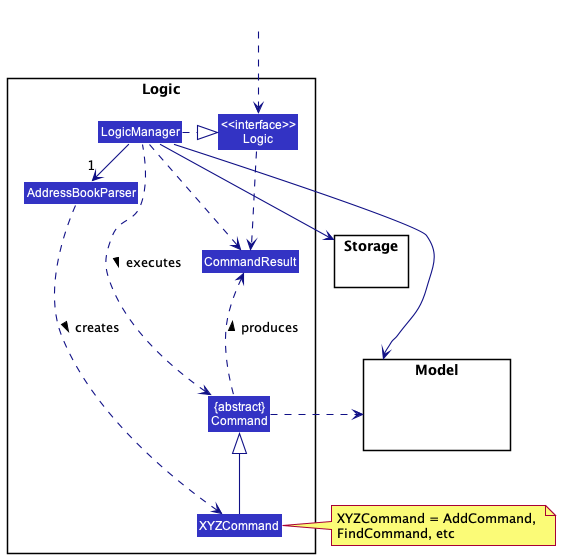
nus-cs2103-AY2223S2/tp keeps this PlantUML diagram as docs/images/LogicClassDiagram.png. Above is the earlier version.
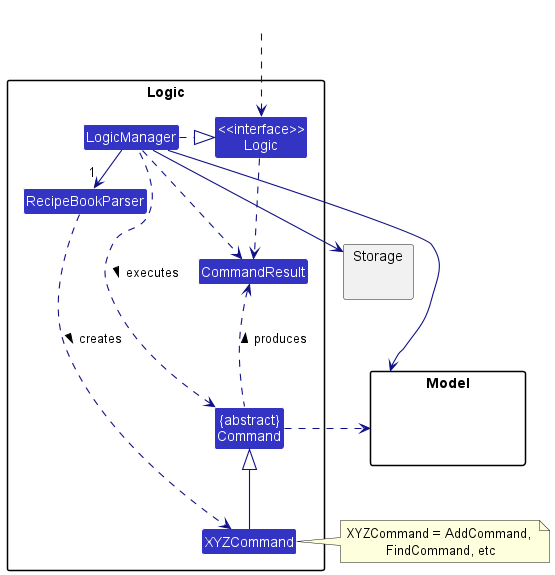
The same file after the commit.

What changed in the source:
```diff
@@ -6,7 +6,7 @@
 
 package Logic {
 
-Class AddressBookParser
+Class RecipeBookParser
 Class XYZCommand
 Class CommandResult
 Class "{abstract}\nCommand" as Command
@@ -27,8 +27,8 @@
 HiddenOutside ..> Logic
 
 LogicManager .right.|> Logic
-LogicManager -right->"1" AddressBookParser
-AddressBookParser ..> XYZCommand : creates >
+LogicManager -right->"1" RecipeBookParser
+RecipeBookParser ..> XYZCommand : creates >
 
 XYZCommand -up-|> Command
 LogicManager .left.> Command : executes >
```
